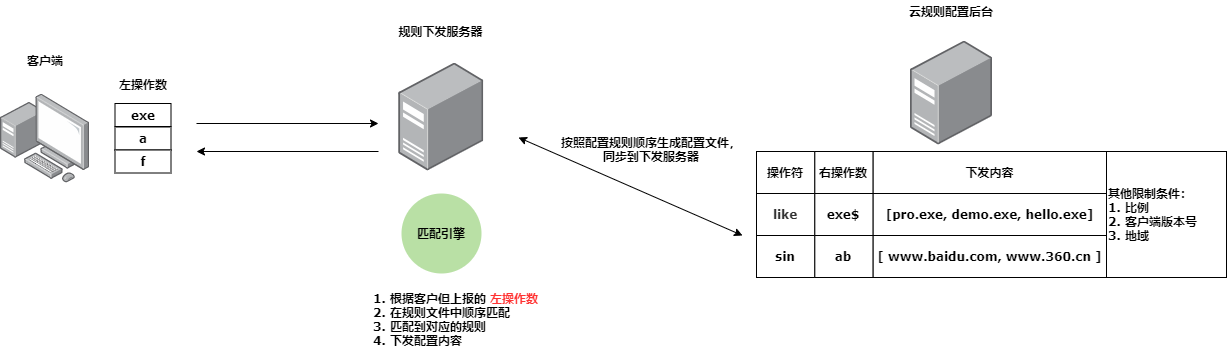
Earlier version of the draw.io export net/Untitled Diagram.png (aizsfgk/cdn). Source tidied: cells renumbered, new cells last; positions are measured from the earlier drawing's top-left corner, leaving out a move shared by most shapes.
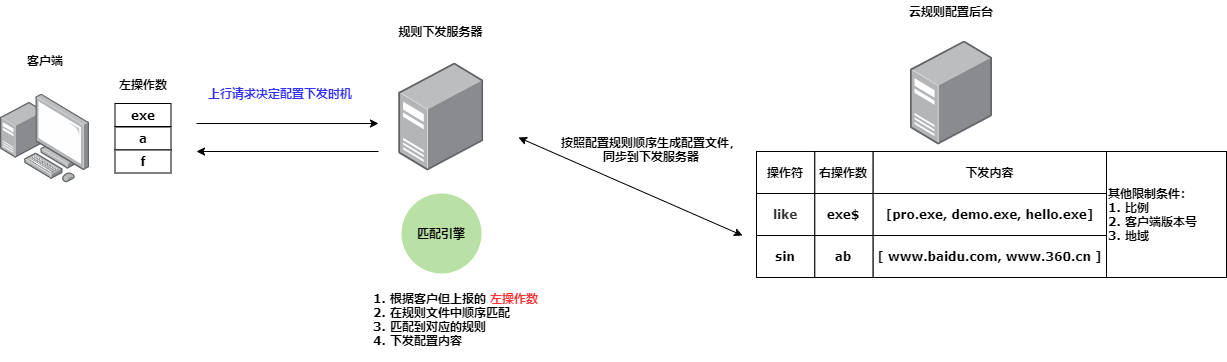
After the commit.

Change to the diagram source:
```diff
@@ -101,5 +101,8 @@
     <mxCell id="31" value="匹配引擎" style="text;html=1;strokeColor=none;fillColor=none;align=center;verticalAlign=middle;whiteSpace=wrap;rounded=0;fontFamily=Verdana;fontStyle=1;" parent="1" vertex="1">
       <mxGeometry x="398.7" y="222" width="84" height="20" as="geometry" />
     </mxCell>
+    <mxCell id="32" value="上行请求决定配置下发时机" style="text;html=1;strokeColor=none;fillColor=none;align=center;verticalAlign=middle;whiteSpace=wrap;rounded=0;fontFamily=Verdana;fontColor=#3333FF;fontStyle=1;" parent="1" vertex="1">
+      <mxGeometry x="181.5" y="81.5" width="196" height="20" as="geometry" />
+    </mxCell>
   </root>
 </mxGraphModel>
```
